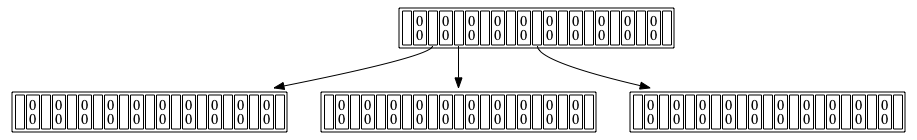
Before: dump.png, a diagram exported from Graphviz (Fedya1998/B-Tree). Its source is kept beside it as dump.gv.
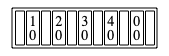
The same diagram one commit later.

The edit, as a diff of the source:
```diff
@@ -1,21 +1,6 @@
 digraph G{
-node0x7f895d402a20 [
+node0x7f87f8c02a20 [
 shape=plaintext label = < <table border='1' cellborder='1'>
-<tr><td port='port0'> </td><td>0<br/>0</td><td port='port1'> </td><td>0<br/>0</td><td port='port2'> </td><td>0<br/>0</td><td port='port3'> </td><td>0<br/>0</td><td port='port4'> </td><td>0<br/>0</td><td port='port5'> </td><td>0<br/>0</td><td port='port6'> </td><td>0<br/>0</td><td port='port7'> </td><td>0<br/>0</td><td port='port8'> </td><td>0<br/>0</td><td port='port9'> </td><td>0<br/>0</td><td port='port10'> </td>
-</tr></table> >]
-node0x7f895d402a20:port1 -> node0x7f895d402b20
-node0x7f895d402b20 [
-shape=plaintext label = < <table border='1' cellborder='1'>
-<tr><td port='port0'> </td><td>0<br/>0</td><td port='port1'> </td><td>0<br/>0</td><td port='port2'> </td><td>0<br/>0</td><td port='port3'> </td><td>0<br/>0</td><td port='port4'> </td><td>0<br/>0</td><td port='port5'> </td><td>0<br/>0</td><td port='port6'> </td><td>0<br/>0</td><td port='port7'> </td><td>0<br/>0</td><td port='port8'> </td><td>0<br/>0</td><td port='port9'> </td><td>0<br/>0</td><td port='port10'> </td>
-</tr></table> >]
-node0x7f895d402a20:port2 -> node0x7f895d402c20
-node0x7f895d402c20 [
-shape=plaintext label = < <table border='1' cellborder='1'>
-<tr><td port='port0'> </td><td>0<br/>0</td><td port='port1'> </td><td>0<br/>0</td><td port='port2'> </td><td>0<br/>0</td><td port='port3'> </td><td>0<br/>0</td><td port='port4'> </td><td>0<br/>0</td><td port='port5'> </td><td>0<br/>0</td><td port='port6'> </td><td>0<br/>0</td><td port='port7'> </td><td>0<br/>0</td><td port='port8'> </td><td>0<br/>0</td><td port='port9'> </td><td>0<br/>0</td><td port='port10'> </td>
-</tr></table> >]
-node0x7f895d402a20:port5 -> node0x7f895d402d20
-node0x7f895d402d20 [
-shape=plaintext label = < <table border='1' cellborder='1'>
-<tr><td port='port0'> </td><td>0<br/>0</td><td port='port1'> </td><td>0<br/>0</td><td port='port2'> </td><td>0<br/>0</td><td port='port3'> </td><td>0<br/>0</td><td port='port4'> </td><td>0<br/>0</td><td port='port5'> </td><td>0<br/>0</td><td port='port6'> </td><td>0<br/>0</td><td port='port7'> </td><td>0<br/>0</td><td port='port8'> </td><td>0<br/>0</td><td port='port9'> </td><td>0<br/>0</td><td port='port10'> </td>
+<tr><td port='port0'> </td><td>1<br/>0</td><td port='port1'> </td><td>2<br/>0</td><td port='port2'> </td><td>3<br/>0</td><td port='port3'> </td><td>4<br/>0</td><td port='port4'> </td><td>0<br/>0</td><td port='port5'> </td>
 </tr></table> >]
 }
```
